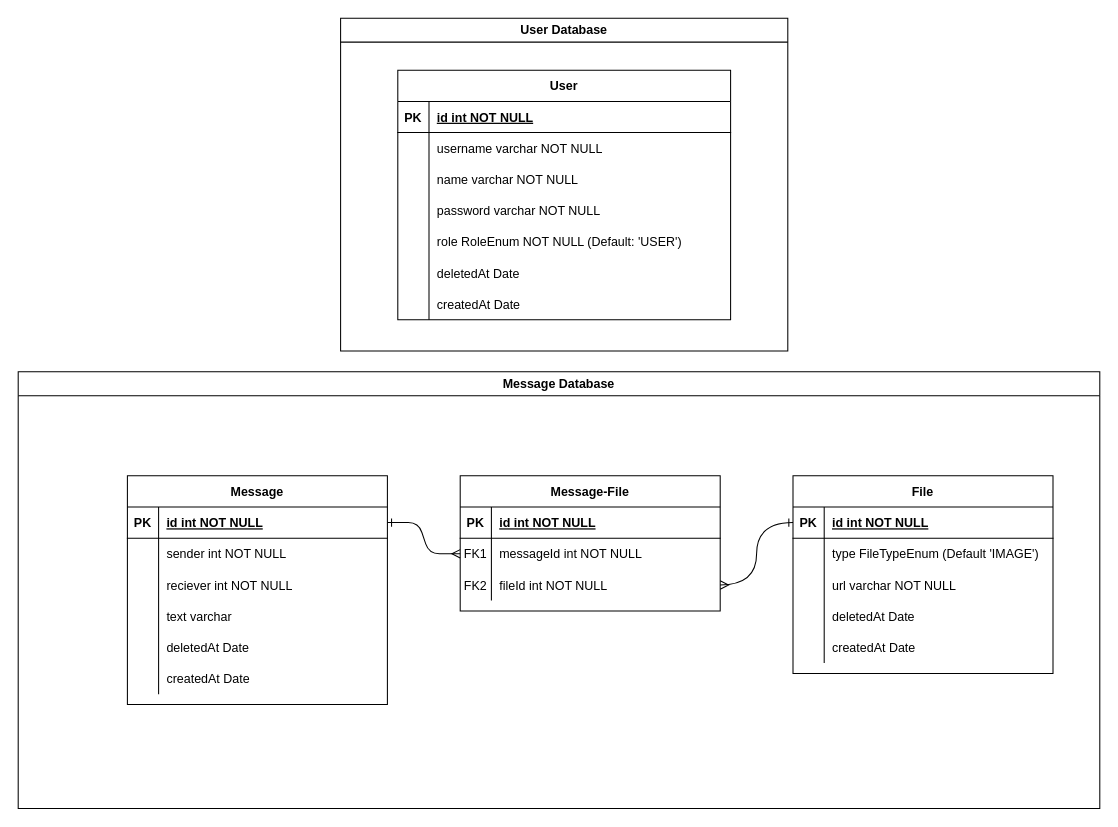
Before: documentations/messaging-erd.drawio in sajjadpoores/nestjs-messaging-microservice, a draw.io diagram. Source tidied: cells renumbered, new cells numbered last; positions are measured from the earlier drawing's top-left corner, leaving out a move shared by most shapes. Both pictures are drawn from the tidied source at 104%, with x=0, y=0 at pixel (18, 18).
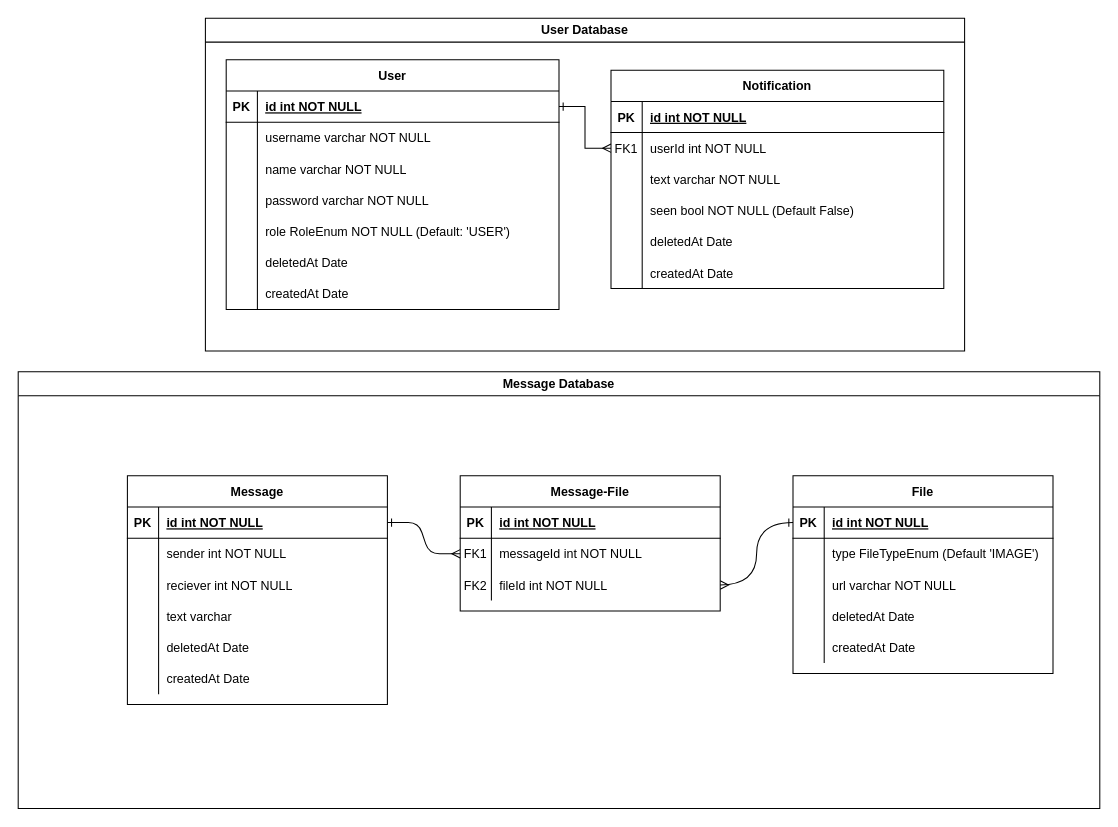
The same diagram, later.

Commit message (it also covers changes not shown here):
feature(readme) added notification entity to ERD

Unchanged cells that the change refers to:
```xml
<mxCell id="4" style="shape=partialRectangle;fillColor=none;points=[[0,0.5],[1,0.5]];portConstraint=eastwest;top=0;left=0;right=0;bottom=1;" parent="3" vertex="1">
  <mxGeometry y="30" width="320" height="30" as="geometry" />
</mxCell>
```

The edit, as a diff of the source:
```diff
@@
     <mxCell id="2" value="User Database" style="swimlane;whiteSpace=wrap;html=1;" parent="1" vertex="1">
-      <mxGeometry x="310" width="430" height="320" as="geometry" />
+      <mxGeometry x="180" width="730" height="320" as="geometry" />
     </mxCell>
+    <mxCell id="73" value="Notification" style="shape=table;startSize=30;childLayout=tableLayout;rowLines=0;fontStyle=1;align=center;" parent="2" vertex="1">
+      <mxGeometry x="390" y="50" width="320" height="210" as="geometry" />
+    </mxCell>
+    <mxCell id="74" style="shape=partialRectangle;fillColor=none;top=0;left=0;right=0;bottom=1;" parent="73" vertex="1">
+      <mxGeometry y="30" width="320" height="30" as="geometry" />
+    </mxCell>
+    <mxCell id="75" value="PK" style="shape=partialRectangle;overflow=hidden;fillColor=none;top=0;left=0;bottom=0;right=0;fontStyle=1;" parent="74" vertex="1">
+      <mxGeometry width="30" height="30" as="geometry" />
+    </mxCell>
+    <mxCell id="76" value="id int NOT NULL " style="shape=partialRectangle;overflow=hidden;fillColor=none;top=0;left=0;bottom=0;right=0;align=left;spacingLeft=6;fontStyle=5;" parent="74" vertex="1">
+      <mxGeometry x="30" width="290" height="30" as="geometry" />
+    </mxCell>
+    <mxCell id="77" style="shape=partialRectangle;fillColor=none;points=[[0,0.5],[1,0.5]];portConstraint=eastwest;top=0;left=0;right=0;bottom=0;" parent="73" vertex="1">
+      <mxGeometry y="60" width="320" height="30" as="geometry" />
+    </mxCell>
+    <mxCell id="78" value="FK1" style="shape=partialRectangle;overflow=hidden;fillColor=none;top=0;left=0;bottom=0;right=0;" parent="77" vertex="1">
+      <mxGeometry width="30" height="30" as="geometry" />
+    </mxCell>
+    <mxCell id="79" value="userId int NOT NULL" style="shape=partialRectangle;overflow=hidden;fillColor=none;top=0;left=0;bottom=0;right=0;align=left;spacingLeft=6;" parent="77" vertex="1">
+      <mxGeometry x="30" width="290" height="30" as="geometry" />
+    </mxCell>
+    <mxCell id="80" style="shape=partialRectangle;fillColor=none;top=0;left=0;right=0;bottom=0;" parent="73" vertex="1">
+      <mxGeometry y="90" width="320" height="30" as="geometry" />
+    </mxCell>
+    <mxCell id="81" style="shape=partialRectangle;overflow=hidden;fillColor=none;top=0;left=0;bottom=0;right=0;" parent="80" vertex="1">
+      <mxGeometry width="30" height="30" as="geometry" />
+    </mxCell>
+    <mxCell id="82" value="text varchar NOT NULL" style="shape=partialRectangle;overflow=hidden;fillColor=none;top=0;left=0;bottom=0;right=0;align=left;spacingLeft=6;" parent="80" vertex="1">
+      <mxGeometry x="30" width="290" height="30" as="geometry" />
+    </mxCell>
+    <mxCell id="83" style="shape=partialRectangle;fillColor=none;top=0;left=0;right=0;bottom=0;" parent="73" vertex="1">
+      <mxGeometry y="120" width="320" height="30" as="geometry" />
+    </mxCell>
+    <mxCell id="84" style="shape=partialRectangle;overflow=hidden;fillColor=none;top=0;left=0;bottom=0;right=0;" parent="83" vertex="1">
+      <mxGeometry width="30" height="30" as="geometry" />
+    </mxCell>
+    <mxCell id="85" value="seen bool NOT NULL (Default False)" style="shape=partialRectangle;overflow=hidden;fillColor=none;top=0;left=0;bottom=0;right=0;align=left;spacingLeft=6;" parent="83" vertex="1">
+      <mxGeometry x="30" width="290" height="30" as="geometry" />
+    </mxCell>
+    <mxCell id="86" style="shape=partialRectangle;fillColor=none;top=0;left=0;right=0;bottom=0;" parent="73" vertex="1">
+      <mxGeometry y="150" width="320" height="30" as="geometry" />
+    </mxCell>
+    <mxCell id="87" style="shape=partialRectangle;overflow=hidden;fillColor=none;top=0;left=0;bottom=0;right=0;" parent="86" vertex="1">
+      <mxGeometry width="30" height="30" as="geometry" />
+    </mxCell>
+    <mxCell id="88" value="deletedAt Date" style="shape=partialRectangle;overflow=hidden;fillColor=none;top=0;left=0;bottom=0;right=0;align=left;spacingLeft=6;" parent="86" vertex="1">
+      <mxGeometry x="30" width="290" height="30" as="geometry" />
+    </mxCell>
+    <mxCell id="89" style="shape=partialRectangle;fillColor=none;top=0;left=0;right=0;bottom=0;" parent="73" vertex="1">
+      <mxGeometry y="180" width="320" height="30" as="geometry" />
+    </mxCell>
+    <mxCell id="90" style="shape=partialRectangle;overflow=hidden;fillColor=none;top=0;left=0;bottom=0;right=0;" parent="89" vertex="1">
+      <mxGeometry width="30" height="30" as="geometry" />
+    </mxCell>
+    <mxCell id="91" value="createdAt Date" style="shape=partialRectangle;overflow=hidden;fillColor=none;top=0;left=0;bottom=0;right=0;align=left;spacingLeft=6;" parent="89" vertex="1">
+      <mxGeometry x="30" width="290" height="30" as="geometry" />
+    </mxCell>
     <mxCell id="3" value="User" style="shape=table;startSize=30;childLayout=tableLayout;rowLines=0;fontStyle=1;align=center;" parent="2" vertex="1">
-      <mxGeometry x="55" y="50" width="320" height="240" as="geometry" />
+      <mxGeometry x="20" y="40" width="320" height="240" as="geometry" />
     </mxCell>
@@
+    <mxCell id="92" style="edgeStyle=orthogonalEdgeStyle;rounded=0;jettySize=auto;html=1;entryX=1;entryY=0.5;entryDx=0;entryDy=0;startArrow=ERmany;startFill=0;endArrow=ERone;endFill=0;" parent="2" edge="1" source="77" target="4">
+      <mxGeometry relative="1" as="geometry" />
+    </mxCell>
```
